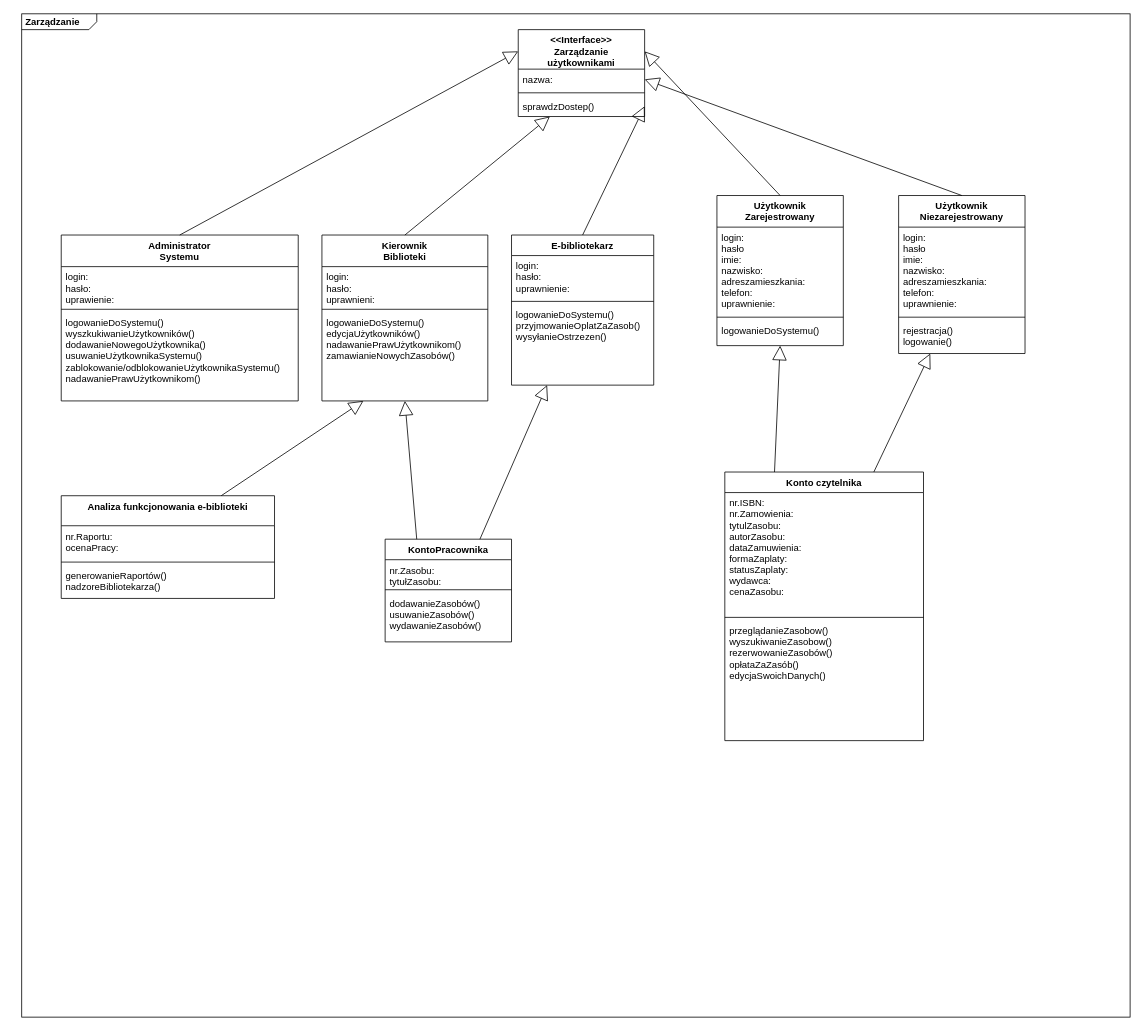
Earlier version of the draw.io diagram Untitled Diagram.drawio (deerkoo/folder). Source tidied: cells renumbered, new cells numbered last; positions are measured from the earlier drawing's top-left corner, leaving out a move shared by most shapes. Both pictures are drawn from the tidied source at 79%, with x=0, y=0 at pixel (21, 13).
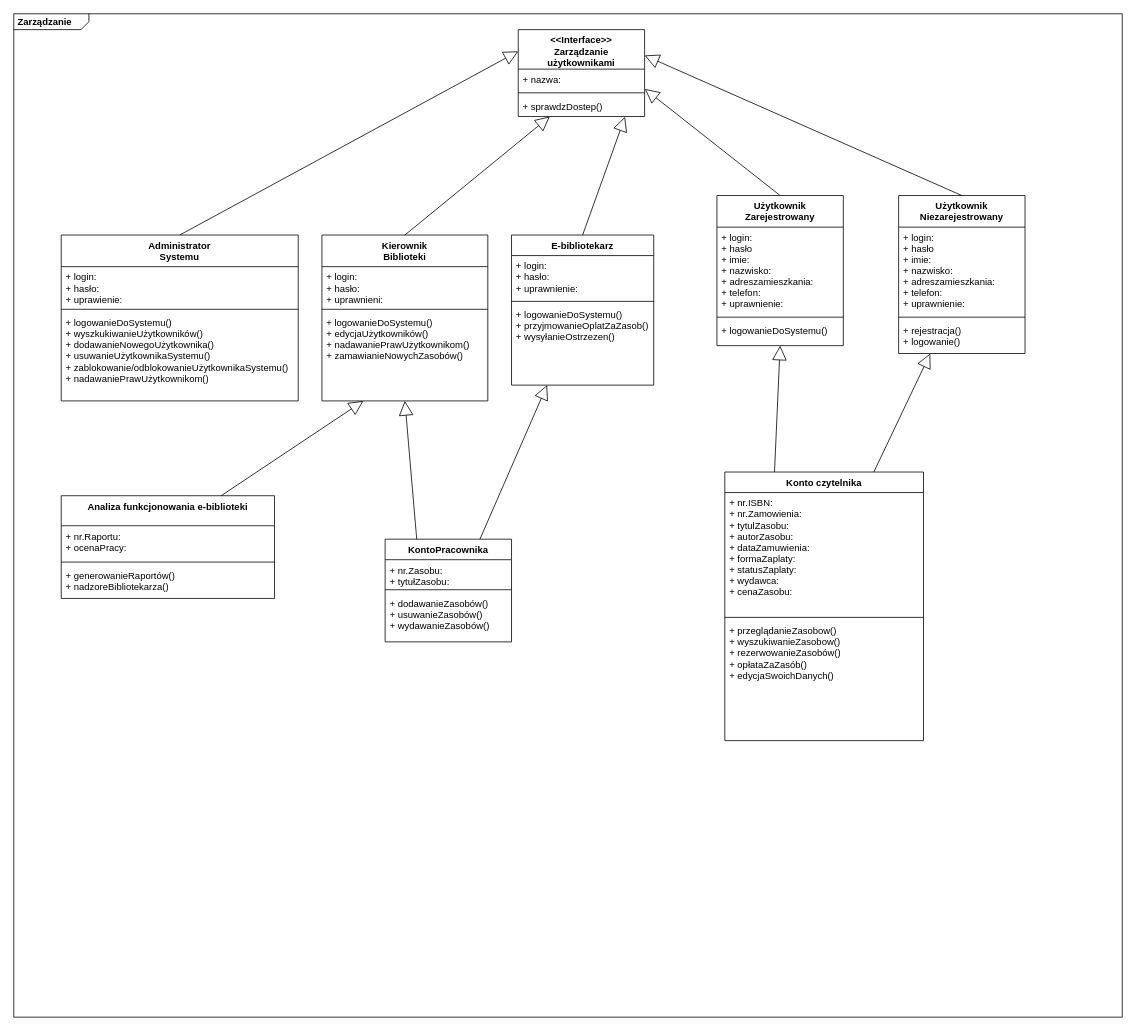
The same page after the edit.

Unchanged cells that the change refers to:
```xml
<mxCell id="3" value="&lt;&lt;Interface&gt;&gt;&#10;Zarządzanie&#10;użytkownikami" style="swimlane;fontStyle=1;align=center;verticalAlign=top;horizontal=1;startSize=50;" parent="1" vertex="1">
  <mxGeometry x="628.5" y="20" width="160" height="110" as="geometry" />
</mxCell>
<mxCell id="7" value="Administrator&#10;Systemu" style="swimlane;fontStyle=1;align=center;verticalAlign=top;horizontal=1;startSize=40;" parent="1" vertex="1">
  <mxGeometry x="50" y="280" width="300" height="210" as="geometry" />
</mxCell>
<mxCell id="11" value="E-bibliotekarz" style="swimlane;fontStyle=1;align=center;verticalAlign=top;horizontal=1;startSize=26;" parent="1" vertex="1">
  <mxGeometry x="620" y="280" width="180" height="190" as="geometry" />
</mxCell>
<mxCell id="15" value="Użytkownik&#10;Zarejestrowany" style="swimlane;fontStyle=1;align=center;verticalAlign=top;horizontal=1;startSize=40;" parent="1" vertex="1">
  <mxGeometry x="880" y="230" width="160" height="190" as="geometry" />
</mxCell>
<mxCell id="19" value="Użytkownik&#10;Niezarejestrowany" style="swimlane;fontStyle=1;align=center;verticalAlign=top;horizontal=1;startSize=40;" parent="1" vertex="1">
  <mxGeometry x="1110" y="230" width="160" height="200" as="geometry" />
</mxCell>
<mxCell id="23" value="Kierownik&#10;Biblioteki" style="swimlane;fontStyle=1;align=center;verticalAlign=top;horizontal=1;startSize=40;" parent="1" vertex="1">
  <mxGeometry x="380" y="280" width="210" height="210" as="geometry" />
</mxCell>
<mxCell id="27" value="Analiza funkcjonowania e-biblioteki" style="swimlane;fontStyle=1;align=center;verticalAlign=top;horizontal=1;startSize=38;" parent="1" vertex="1">
  <mxGeometry x="50" y="610" width="270" height="130" as="geometry" />
</mxCell>
<mxCell id="31" value="KontoPracownika" style="swimlane;fontStyle=1;align=center;verticalAlign=top;horizontal=1;startSize=26;" parent="1" vertex="1">
  <mxGeometry x="460" y="665" width="160" height="130" as="geometry" />
</mxCell>
<mxCell id="35" value="Konto czytelnika" style="swimlane;fontStyle=1;align=center;verticalAlign=top;horizontal=1;startSize=26;" parent="1" vertex="1">
  <mxGeometry x="890" y="580" width="251.5" height="340" as="geometry" />
</mxCell>
```

The edit, as a diff of the source:
```diff
@@
     <mxCell id="2" value="&lt;p style=&quot;margin: 0px ; margin-top: 4px ; margin-left: 5px ; text-align: left&quot;&gt;&lt;b&gt;Zarządzanie&lt;/b&gt;&lt;/p&gt;" style="html=1;shape=mxgraph.sysml.package;overflow=fill;labelX=95;align=left;spacingLeft=5;verticalAlign=top;spacingTop=-3;" parent="1" vertex="1">
-      <mxGeometry width="1403" height="1270" as="geometry" />
+      <mxGeometry x="-10" width="1403" height="1270" as="geometry" />
     </mxCell>
@@
-    <mxCell id="4" value="nazwa:" style="text;strokeColor=none;fillColor=none;align=left;verticalAlign=top;spacingLeft=4;spacingRight=4;overflow=hidden;points=[[0,0.5],[1,0.5]];portConstraint=eastwest;" parent="3" vertex="1">
+    <mxCell id="4" value="+ nazwa:" style="text;strokeColor=none;fillColor=none;align=left;verticalAlign=top;spacingLeft=4;spacingRight=4;overflow=hidden;points=[[0,0.5],[1,0.5]];portConstraint=eastwest;" parent="3" vertex="1">
       <mxGeometry y="50" width="160" height="26" as="geometry" />
     </mxCell>
@@
-    <mxCell id="6" value="sprawdzDostep()" style="text;strokeColor=none;fillColor=none;align=left;verticalAlign=top;spacingLeft=4;spacingRight=4;overflow=hidden;points=[[0,0.5],[1,0.5]];portConstraint=eastwest;" parent="3" vertex="1">
+    <mxCell id="6" value="+ sprawdzDostep()" style="text;strokeColor=none;fillColor=none;align=left;verticalAlign=top;spacingLeft=4;spacingRight=4;overflow=hidden;points=[[0,0.5],[1,0.5]];portConstraint=eastwest;" parent="3" vertex="1">
       <mxGeometry y="84" width="160" height="26" as="geometry" />
     </mxCell>
@@
-    <mxCell id="8" value="login:&#10;hasło:&#10;uprawienie:" style="text;strokeColor=none;fillColor=none;align=left;verticalAlign=top;spacingLeft=4;spacingRight=4;overflow=hidden;" parent="7" vertex="1">
+    <mxCell id="8" value="+ login:&#10;+ hasło:&#10;+ uprawienie:" style="text;strokeColor=none;fillColor=none;align=left;verticalAlign=top;spacingLeft=4;spacingRight=4;overflow=hidden;" parent="7" vertex="1">
       <mxGeometry y="40" width="300" height="50" as="geometry" />
     </mxCell>
@@
-    <mxCell id="10" value="logowanieDoSystemu()&#10;wyszkukiwanieUżytkowników()&#10;dodawanieNowegoUżytkownika()&#10;usuwanieUżytkownikaSystemu()&#10;zablokowanie/odblokowanieUżytkownikaSystemu()&#10;nadawaniePrawUżytkownikom()&#10;" style="text;strokeColor=none;fillColor=none;align=left;verticalAlign=top;spacingLeft=4;spacingRight=4;overflow=hidden;" parent="7" vertex="1">
+    <mxCell id="10" value="+ logowanieDoSystemu()&#10;+ wyszkukiwanieUżytkowników()&#10;+ dodawanieNowegoUżytkownika()&#10;+ usuwanieUżytkownikaSystemu()&#10;+ zablokowanie/odblokowanieUżytkownikaSystemu()&#10;+ nadawaniePrawUżytkownikom()&#10;" style="text;strokeColor=none;fillColor=none;align=left;verticalAlign=top;spacingLeft=4;spacingRight=4;overflow=hidden;" parent="7" vertex="1">
       <mxGeometry y="98" width="300" height="112" as="geometry" />
     </mxCell>
@@
-    <mxCell id="12" value="login:&#10;hasło:&#10;uprawnienie:" style="text;strokeColor=none;fillColor=none;align=left;verticalAlign=top;spacingLeft=4;spacingRight=4;overflow=hidden;" parent="11" vertex="1">
+    <mxCell id="12" value="+ login:&#10;+ hasło:&#10;+ uprawnienie:" style="text;strokeColor=none;fillColor=none;align=left;verticalAlign=top;spacingLeft=4;spacingRight=4;overflow=hidden;" parent="11" vertex="1">
       <mxGeometry y="26" width="180" height="54" as="geometry" />
     </mxCell>
@@
-    <mxCell id="14" value="logowanieDoSystemu()&#10;przyjmowanieOplatZaZasob()&#10;wysyłanieOstrzezen()&#10;" style="text;strokeColor=none;fillColor=none;align=left;verticalAlign=top;spacingLeft=4;spacingRight=4;overflow=hidden;" parent="11" vertex="1">
+    <mxCell id="14" value="+ logowanieDoSystemu()&#10;+ przyjmowanieOplatZaZasob()&#10;+ wysyłanieOstrzezen()&#10;" style="text;strokeColor=none;fillColor=none;align=left;verticalAlign=top;spacingLeft=4;spacingRight=4;overflow=hidden;" parent="11" vertex="1">
       <mxGeometry y="88" width="180" height="102" as="geometry" />
     </mxCell>
@@
-    <mxCell id="16" value="login:&#10;hasło&#10;imie:&#10;nazwisko:&#10;adreszamieszkania:&#10;telefon:&#10;uprawnienie:" style="text;strokeColor=none;fillColor=none;align=left;verticalAlign=top;spacingLeft=4;spacingRight=4;overflow=hidden;" parent="15" vertex="1">
+    <mxCell id="16" value="+ login:&#10;+ hasło&#10;+ imie:&#10;+ nazwisko:&#10;+ adreszamieszkania:&#10;+ telefon:&#10;+ uprawnienie:" style="text;strokeColor=none;fillColor=none;align=left;verticalAlign=top;spacingLeft=4;spacingRight=4;overflow=hidden;" parent="15" vertex="1">
       <mxGeometry y="40" width="160" height="110" as="geometry" />
     </mxCell>
@@
-    <mxCell id="18" value="logowanieDoSystemu()" style="text;strokeColor=none;fillColor=none;align=left;verticalAlign=top;spacingLeft=4;spacingRight=4;overflow=hidden;" parent="15" vertex="1">
+    <mxCell id="18" value="+ logowanieDoSystemu()" style="text;strokeColor=none;fillColor=none;align=left;verticalAlign=top;spacingLeft=4;spacingRight=4;overflow=hidden;" parent="15" vertex="1">
       <mxGeometry y="158" width="160" height="32" as="geometry" />
     </mxCell>
@@
-    <mxCell id="20" value="login:&#10;hasło&#10;imie:&#10;nazwisko:&#10;adreszamieszkania:&#10;telefon:&#10;uprawnienie:" style="text;strokeColor=none;fillColor=none;align=left;verticalAlign=top;spacingLeft=4;spacingRight=4;overflow=hidden;" parent="19" vertex="1">
+    <mxCell id="20" value="+ login:&#10;+ hasło&#10;+ imie:&#10;+ nazwisko:&#10;+ adreszamieszkania:&#10;+ telefon:&#10;+ uprawnienie:" style="text;strokeColor=none;fillColor=none;align=left;verticalAlign=top;spacingLeft=4;spacingRight=4;overflow=hidden;" parent="19" vertex="1">
       <mxGeometry y="40" width="160" height="110" as="geometry" />
     </mxCell>
@@
-    <mxCell id="22" value="rejestracja()&#10;logowanie()" style="text;strokeColor=none;fillColor=none;align=left;verticalAlign=top;spacingLeft=4;spacingRight=4;overflow=hidden;" parent="19" vertex="1">
+    <mxCell id="22" value="+ rejestracja()&#10;+ logowanie()" style="text;strokeColor=none;fillColor=none;align=left;verticalAlign=top;spacingLeft=4;spacingRight=4;overflow=hidden;" parent="19" vertex="1">
       <mxGeometry y="158" width="160" height="42" as="geometry" />
     </mxCell>
@@
-    <mxCell id="24" value="login:&#10;hasło:&#10;uprawnieni:" style="text;strokeColor=none;fillColor=none;align=left;verticalAlign=top;spacingLeft=4;spacingRight=4;overflow=hidden;" parent="23" vertex="1">
+    <mxCell id="24" value="+ login:&#10;+ hasło:&#10;+ uprawnieni:" style="text;strokeColor=none;fillColor=none;align=left;verticalAlign=top;spacingLeft=4;spacingRight=4;overflow=hidden;" parent="23" vertex="1">
       <mxGeometry y="40" width="210" height="50" as="geometry" />
     </mxCell>
@@
-    <mxCell id="26" value="logowanieDoSystemu()&#10;edycjaUżytkowników()&#10;nadawaniePrawUżytkownikom()&#10;zamawianieNowychZasobów()&#10;" style="text;strokeColor=none;fillColor=none;align=left;verticalAlign=top;spacingLeft=4;spacingRight=4;overflow=hidden;" parent="23" vertex="1">
+    <mxCell id="26" value="+ logowanieDoSystemu()&#10;+ edycjaUżytkowników()&#10;+ nadawaniePrawUżytkownikom()&#10;+ zamawianieNowychZasobów()&#10;" style="text;strokeColor=none;fillColor=none;align=left;verticalAlign=top;spacingLeft=4;spacingRight=4;overflow=hidden;" parent="23" vertex="1">
       <mxGeometry y="98" width="210" height="112" as="geometry" />
     </mxCell>
@@
-    <mxCell id="28" value="nr.Raportu:&#10;ocenaPracy:" style="text;strokeColor=none;fillColor=none;align=left;verticalAlign=top;spacingLeft=4;spacingRight=4;overflow=hidden;" parent="27" vertex="1">
+    <mxCell id="28" value="+ nr.Raportu:&#10;+ ocenaPracy:" style="text;strokeColor=none;fillColor=none;align=left;verticalAlign=top;spacingLeft=4;spacingRight=4;overflow=hidden;" parent="27" vertex="1">
       <mxGeometry y="38" width="270" height="42" as="geometry" />
     </mxCell>
@@
-    <mxCell id="30" value="generowanieRaportów()&#10;nadzoreBibliotekarza()" style="text;strokeColor=none;fillColor=none;align=left;verticalAlign=top;spacingLeft=4;spacingRight=4;overflow=hidden;" parent="27" vertex="1">
+    <mxCell id="30" value="+ generowanieRaportów()&#10;+ nadzoreBibliotekarza()" style="text;strokeColor=none;fillColor=none;align=left;verticalAlign=top;spacingLeft=4;spacingRight=4;overflow=hidden;" parent="27" vertex="1">
       <mxGeometry y="88" width="270" height="42" as="geometry" />
     </mxCell>
@@
-    <mxCell id="32" value="nr.Zasobu:&#10;tytułZasobu:" style="text;strokeColor=none;fillColor=none;align=left;verticalAlign=top;spacingLeft=4;spacingRight=4;overflow=hidden;" parent="31" vertex="1">
+    <mxCell id="32" value="+ nr.Zasobu:&#10;+ tytułZasobu:" style="text;strokeColor=none;fillColor=none;align=left;verticalAlign=top;spacingLeft=4;spacingRight=4;overflow=hidden;" parent="31" vertex="1">
       <mxGeometry y="26" width="160" height="34" as="geometry" />
     </mxCell>
@@
-    <mxCell id="34" value="dodawanieZasobów()&#10;usuwanieZasobów()&#10;wydawanieZasobów()" style="text;strokeColor=none;fillColor=none;align=left;verticalAlign=top;spacingLeft=4;spacingRight=4;overflow=hidden;" parent="31" vertex="1">
+    <mxCell id="34" value="+ dodawanieZasobów()&#10;+ usuwanieZasobów()&#10;+ wydawanieZasobów()" style="text;strokeColor=none;fillColor=none;align=left;verticalAlign=top;spacingLeft=4;spacingRight=4;overflow=hidden;" parent="31" vertex="1">
       <mxGeometry y="68" width="160" height="62" as="geometry" />
     </mxCell>
@@
-    <mxCell id="36" value="nr.ISBN:&#10;nr.Zamowienia:&#10;tytulZasobu:&#10;autorZasobu:&#10;dataZamuwienia:&#10;formaZaplaty:&#10;statusZaplaty:&#10;wydawca:&#10;cenaZasobu:" style="text;strokeColor=none;fillColor=none;align=left;verticalAlign=top;spacingLeft=4;spacingRight=4;overflow=hidden;" parent="35" vertex="1">
+    <mxCell id="36" value="+ nr.ISBN:&#10;+ nr.Zamowienia:&#10;+ tytulZasobu:&#10;+ autorZasobu:&#10;+ dataZamuwienia:&#10;+ formaZaplaty:&#10;+ statusZaplaty:&#10;+ wydawca:&#10;+ cenaZasobu:" style="text;strokeColor=none;fillColor=none;align=left;verticalAlign=top;spacingLeft=4;spacingRight=4;overflow=hidden;" parent="35" vertex="1">
       <mxGeometry y="26" width="251.5" height="154" as="geometry" />
     </mxCell>
@@
-    <mxCell id="38" value="przeglądanieZasobow()&#10;wyszukiwanieZasobow()&#10;rezerwowanieZasobów()&#10;opłataZaZasób()&#10;edycjaSwoichDanych()" style="text;strokeColor=none;fillColor=none;align=left;verticalAlign=top;spacingLeft=4;spacingRight=4;overflow=hidden;" parent="35" vertex="1">
+    <mxCell id="38" value="+ przeglądanieZasobow()&#10;+ wyszukiwanieZasobow()&#10;+ rezerwowanieZasobów()&#10;+ opłataZaZasób()&#10;+ edycjaSwoichDanych()" style="text;strokeColor=none;fillColor=none;align=left;verticalAlign=top;spacingLeft=4;spacingRight=4;overflow=hidden;" parent="35" vertex="1">
       <mxGeometry y="188" width="251.5" height="152" as="geometry" />
     </mxCell>
@@
-    <mxCell id="46" style="endArrow=block;endSize=16;endFill=0;html=1;exitX=0.5;exitY=0;exitDx=0;exitDy=0;entryX=1;entryY=0.5;entryDx=0;entryDy=0;" parent="1" edge="1" source="11" target="6">
+    <mxCell id="46" style="endArrow=block;endSize=16;endFill=0;html=1;exitX=0.5;exitY=0;exitDx=0;exitDy=0;entryX=0.845;entryY=1.014;entryDx=0;entryDy=0;entryPerimeter=0;" parent="1" edge="1" source="11" target="6">
       <mxGeometry relative="1" as="geometry" />
     </mxCell>
-    <mxCell id="47" style="endArrow=block;endSize=16;endFill=0;html=1;exitX=0.5;exitY=0;exitDx=0;exitDy=0;entryX=1;entryY=0.5;entryDx=0;entryDy=0;" parent="1" edge="1" source="19" target="4">
+    <mxCell id="47" style="endArrow=block;endSize=16;endFill=0;html=1;exitX=0.5;exitY=0;exitDx=0;exitDy=0;entryX=1;entryY=0.297;entryDx=0;entryDy=0;entryPerimeter=0;" parent="1" edge="1" source="19" target="3">
       <mxGeometry relative="1" as="geometry" />
     </mxCell>
-    <mxCell id="48" style="endArrow=block;endSize=16;endFill=0;html=1;exitX=0.5;exitY=0;exitDx=0;exitDy=0;entryX=1;entryY=0.25;entryDx=0;entryDy=0;" parent="1" edge="1" source="15" target="3">
+    <mxCell id="48" style="endArrow=block;endSize=16;endFill=0;html=1;exitX=0.5;exitY=0;exitDx=0;exitDy=0;entryX=1.001;entryY=0.964;entryDx=0;entryDy=0;entryPerimeter=0;" parent="1" edge="1" source="15" target="4">
       <mxGeometry relative="1" as="geometry" />
     </mxCell>
```
